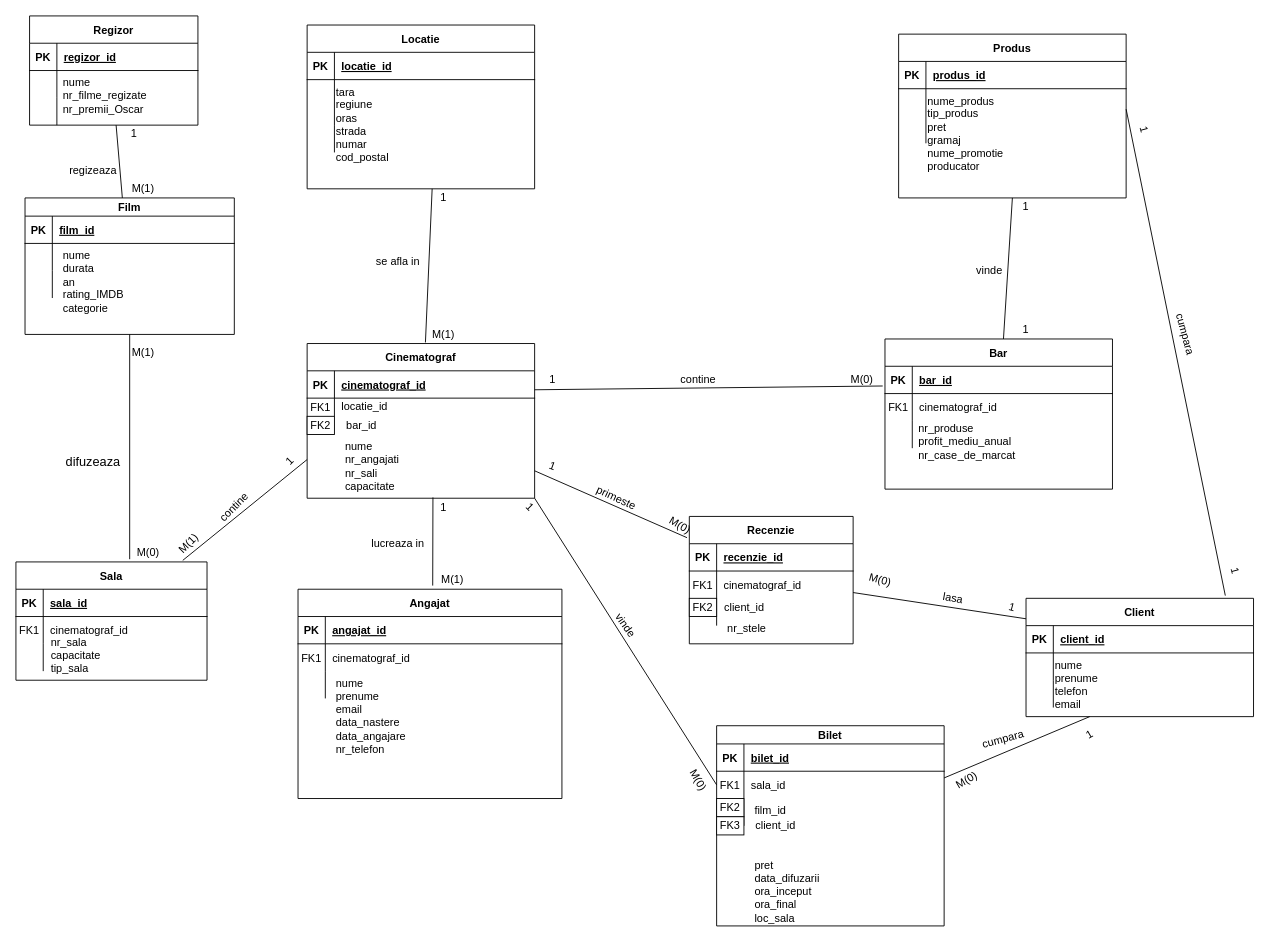
Above: page "Page-1" (1 of 2) of Databases/Project/BucharestCinemas.drawio in Swizop/uni-work (draw.io), before the change. Source tidied: cells renumbered, new cells numbered last; positions are measured from the earlier drawing's top-left corner, leaving out a move shared by most shapes. Both pictures are drawn from the tidied source at 91%, with x=0, y=0 at pixel (15, 15).
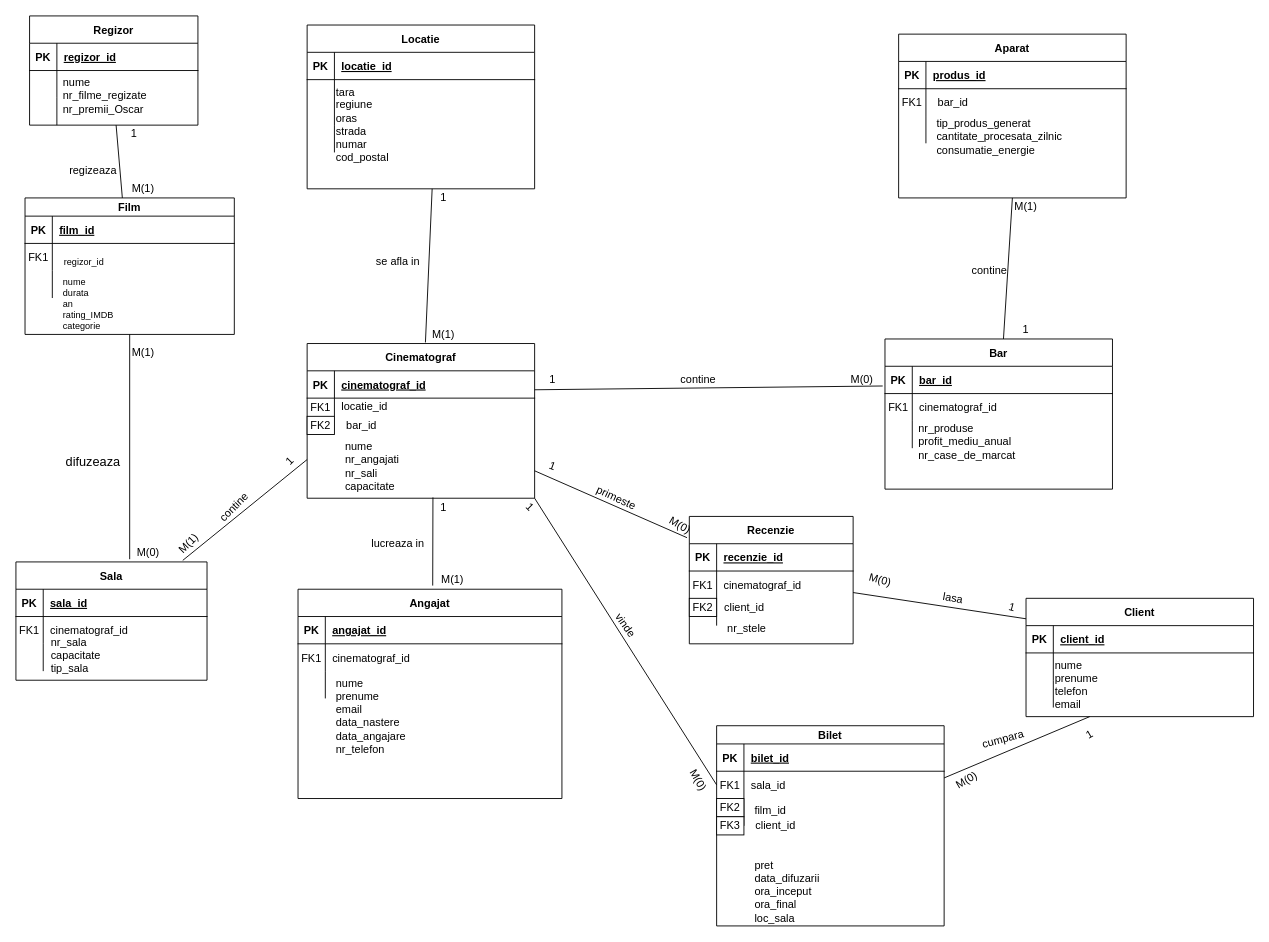
The same page after the edit.

Unchanged cells that the change refers to:
```xml
<mxCell id="83" value="Client" style="shape=table;startSize=30;childLayout=tableLayout;rowLines=0;fontStyle=1;align=center;" parent="1" vertex="1">
  <mxGeometry x="1110" y="640" width="250" height="130" as="geometry" />
</mxCell>
```

What changed in the source:
```diff
@@
-    <mxCell id="37" value="Produs" style="shape=table;startSize=30;childLayout=tableLayout;rowLines=0;fontStyle=1;align=center;" parent="1" vertex="1">
+    <mxCell id="37" value="Aparat" style="shape=table;startSize=30;childLayout=tableLayout;rowLines=0;fontStyle=1;align=center;" parent="1" vertex="1">
       <mxGeometry x="970" y="20" width="250" height="180" as="geometry" />
     </mxCell>
@@
-    <mxCell id="63" value="nume_produs&lt;br&gt;tip_produs&lt;br&gt;pret&lt;br&gt;gramaj&lt;br&gt;nume_promotie&lt;br&gt;producator" style="text;html=1;strokeColor=none;fillColor=none;align=left;verticalAlign=top;whiteSpace=wrap;rounded=0;" parent="1" vertex="1">
-      <mxGeometry x="1000" y="80" width="220" height="90" as="geometry" />
-    </mxCell>
@@
-    <mxCell id="65" value="vinde" style="text;html=1;strokeColor=none;fillColor=none;align=center;verticalAlign=middle;whiteSpace=wrap;rounded=0;" parent="1" vertex="1">
+    <mxCell id="65" value="contine" style="text;html=1;strokeColor=none;fillColor=none;align=center;verticalAlign=middle;whiteSpace=wrap;rounded=0;" parent="1" vertex="1">
       <mxGeometry x="1050" y="270" width="40" height="20" as="geometry" />
     </mxCell>
-    <mxCell id="66" value="1" style="text;html=1;strokeColor=none;fillColor=none;align=center;verticalAlign=middle;whiteSpace=wrap;rounded=0;" parent="1" vertex="1">
+    <mxCell id="66" value="M(1)" style="text;html=1;strokeColor=none;fillColor=none;align=center;verticalAlign=middle;whiteSpace=wrap;rounded=0;" parent="1" vertex="1">
       <mxGeometry x="1090" y="200" width="40" height="20" as="geometry" />
     </mxCell>
@@
-    <mxCell id="94" style="endArrow=none;html=1;entryX=1;entryY=0.25;entryDx=0;entryDy=0;exitX=0.876;exitY=-0.023;exitDx=0;exitDy=0;exitPerimeter=0;" parent="1" edge="1" source="83" target="63">
-      <mxGeometry relative="1" as="geometry" />
-    </mxCell>
-    <mxCell id="95" value="cumpara" style="text;html=1;strokeColor=none;fillColor=none;align=center;verticalAlign=middle;whiteSpace=wrap;rounded=0;rotation=75;" parent="1" vertex="1">
-      <mxGeometry x="1250" y="340" width="70" height="20" as="geometry" />
-    </mxCell>
-    <mxCell id="96" value="1" style="text;html=1;strokeColor=none;fillColor=none;align=center;verticalAlign=middle;whiteSpace=wrap;rounded=0;rotation=75;" parent="1" vertex="1">
-      <mxGeometry x="1220" y="115" width="40" height="20" as="geometry" />
-    </mxCell>
-    <mxCell id="97" value="1" style="text;html=1;strokeColor=none;fillColor=none;align=center;verticalAlign=middle;whiteSpace=wrap;rounded=0;rotation=75;" parent="1" vertex="1">
-      <mxGeometry x="1320" y="600" width="40" height="20" as="geometry" />
-    </mxCell>
@@
-    <mxCell id="144" value="nume&lt;br&gt;durata&lt;br&gt;an&lt;br&gt;rating_IMDB&lt;br&gt;categorie" style="text;html=1;strokeColor=none;fillColor=none;align=left;verticalAlign=top;whiteSpace=wrap;rounded=0;" parent="1" vertex="1">
-      <mxGeometry x="50" y="250" width="190" height="100" as="geometry" />
+    <mxCell id="144" value="nume&lt;br style=&quot;font-size: 10px;&quot;&gt;durata&lt;br style=&quot;font-size: 10px;&quot;&gt;an&lt;br style=&quot;font-size: 10px;&quot;&gt;rating_IMDB&lt;br style=&quot;font-size: 10px;&quot;&gt;categorie" style="text;html=1;strokeColor=none;fillColor=none;align=left;verticalAlign=top;whiteSpace=wrap;rounded=0;fontSize=10;" parent="1" vertex="1">
+      <mxGeometry x="50" y="280" width="190" height="70" as="geometry" />
     </mxCell>
@@
+    <mxCell id="178" value="FK1" style="shape=partialRectangle;overflow=hidden;fillColor=none;top=0;left=0;bottom=0;right=0;" parent="1" vertex="1">
+      <mxGeometry x="970" y="80" width="30" height="30" as="geometry" />
+    </mxCell>
+    <mxCell id="179" value="bar_id" style="text;html=1;strokeColor=none;fillColor=none;align=center;verticalAlign=middle;whiteSpace=wrap;rounded=0;dashed=1;fontSize=12;" parent="1" vertex="1">
+      <mxGeometry x="1010" y="85" width="40" height="20" as="geometry" />
+    </mxCell>
+    <mxCell id="180" value="regizor_id" style="text;html=1;strokeColor=none;fillColor=none;align=center;verticalAlign=middle;whiteSpace=wrap;rounded=0;dashed=1;fontSize=10;" parent="1" vertex="1">
+      <mxGeometry x="50" y="260" width="50" height="20" as="geometry" />
+    </mxCell>
+    <mxCell id="181" value="FK1" style="shape=partialRectangle;overflow=hidden;fillColor=none;top=0;left=0;bottom=0;right=0;" parent="1" vertex="1">
+      <mxGeometry x="10" y="250" width="30" height="30" as="geometry" />
+    </mxCell>
+    <mxCell id="182" value="tip_produs_generat&lt;br&gt;cantitate_procesata_zilnic&lt;br&gt;consumatie_energie" style="text;html=1;strokeColor=none;fillColor=none;align=left;verticalAlign=top;whiteSpace=wrap;rounded=0;" parent="1" vertex="1">
+      <mxGeometry x="1010" y="105" width="220" height="90" as="geometry" />
+    </mxCell>
```
